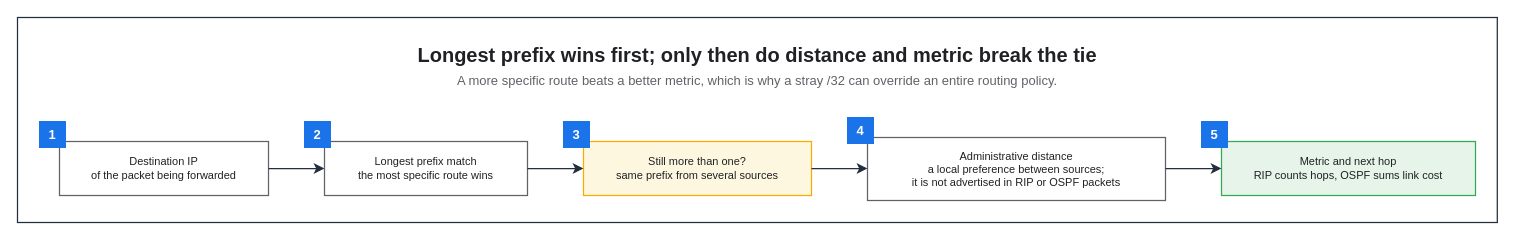
Earlier version of the draw.io diagram assets/img/network/route-selection-order.drawio (KKamJi98/kkamji98.github.io). Source tidied: cells renumbered, new cells numbered last; positions are measured from the earlier drawing's top-left corner, leaving out a move shared by most shapes. Both pictures are drawn from the tidied source at 100%, with x=0, y=0 at pixel (17, 17).
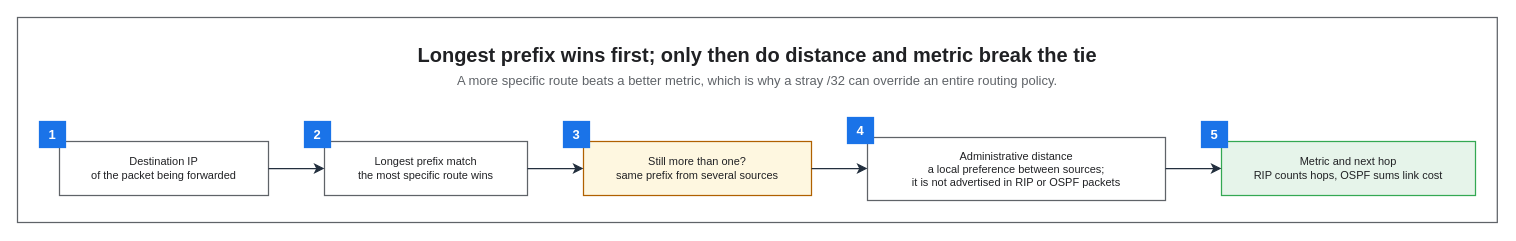
Above is the later version.

The edit, as a diff of the source:
```diff
@@
 <mxGraphModel background="#FFFFFF">
   <root>
     <mxCell id="0" />
     <mxCell id="1" parent="0" />
-    <mxCell id="2" style="rounded=0;html=0;fillColor=none;strokeColor=#232F3E;fontColor=#202124;strokeWidth=1.25;" parent="1" vertex="1">
+    <mxCell id="2" style="rounded=0;html=0;fillColor=none;strokeColor=#5F6368;fontColor=#202124;strokeWidth=1.25;" parent="1" vertex="1">
       <mxGeometry width="1479.8" height="205" as="geometry" />
     </mxCell>
     <mxCell id="3" value="Longest prefix wins first; only then do distance and metric break the tie" style="text;html=0;whiteSpace=wrap;fillColor=none;strokeColor=none;fontColor=#202124;fontSize=20;fontStyle=1;align=center;verticalAlign=middle;" parent="1" vertex="1">
       <mxGeometry x="22" y="22" width="1435.8" height="30" as="geometry" />
     </mxCell>
     <mxCell id="4" value="A more specific route beats a better metric, which is why a stray /32 can override an entire routing policy." style="text;html=0;whiteSpace=wrap;fillColor=none;strokeColor=none;fontColor=#5F6368;fontSize=13;fontStyle=0;align=center;verticalAlign=middle;" parent="1" vertex="1">
       <mxGeometry x="22" y="52" width="1435.8" height="22" as="geometry" />
     </mxCell>
     <mxCell id="5" value="Destination IP&#10;of the packet being forwarded" style="rounded=0;whiteSpace=wrap;html=0;fillColor=#FFFFFF;strokeColor=#5F6368;fontColor=#202124;fontSize=11;fontStyle=0;align=center;verticalAlign=middle;spacingLeft=6;spacingRight=6;strokeWidth=1.25;" parent="1" vertex="1">
       <mxGeometry x="42" y="124" width="209" height="54" as="geometry" />
     </mxCell>
     <mxCell id="6" value="Longest prefix match&#10;the most specific route wins" style="rounded=0;whiteSpace=wrap;html=0;fillColor=#FFFFFF;strokeColor=#5F6368;fontColor=#202124;fontSize=11;fontStyle=0;align=center;verticalAlign=middle;spacingLeft=6;spacingRight=6;strokeWidth=1.25;" parent="1" vertex="1">
       <mxGeometry x="307" y="124" width="203" height="54" as="geometry" />
     </mxCell>
-    <mxCell id="7" value="Still more than one?&#10;same prefix from several sources" style="rounded=0;whiteSpace=wrap;html=0;fillColor=#FEF7E0;strokeColor=#F9AB00;fontColor=#202124;fontSize=11;fontStyle=0;align=center;verticalAlign=middle;spacingLeft=6;spacingRight=6;strokeWidth=1.25;" parent="1" vertex="1">
+    <mxCell id="7" value="Still more than one?&#10;same prefix from several sources" style="rounded=0;whiteSpace=wrap;html=0;fillColor=#FEF7E0;strokeColor=#B06000;fontColor=#202124;fontSize=11;fontStyle=0;align=center;verticalAlign=middle;spacingLeft=6;spacingRight=6;strokeWidth=1.25;" parent="1" vertex="1">
       <mxGeometry x="566" y="124" width="228" height="54" as="geometry" />
     </mxCell>
     <mxCell id="8" value="Administrative distance&#10;a local preference between sources;&#10;it is not advertised in RIP or OSPF packets" style="rounded=0;whiteSpace=wrap;html=0;fillColor=#FFFFFF;strokeColor=#5F6368;fontColor=#202124;fontSize=11;fontStyle=0;align=center;verticalAlign=middle;spacingLeft=6;spacingRight=6;strokeWidth=1.25;" parent="1" vertex="1">
       <mxGeometry x="850" y="120" width="298" height="63" as="geometry" />
     </mxCell>
     <mxCell id="9" value="Metric and next hop&#10;RIP counts hops, OSPF sums link cost" style="rounded=0;whiteSpace=wrap;html=0;fillColor=#E6F4EA;strokeColor=#34A853;fontColor=#202124;fontSize=11;fontStyle=0;align=center;verticalAlign=middle;spacingLeft=6;spacingRight=6;strokeWidth=1.25;" parent="1" vertex="1">
       <mxGeometry x="1204" y="124" width="254" height="54" as="geometry" />
     </mxCell>
-    <mxCell id="10" value="1" style="rounded=0;whiteSpace=wrap;html=0;fillColor=#1A73E8;strokeColor=#1A73E8;fontColor=#FFFFFF;fontSize=13;fontStyle=1;align=center;verticalAlign=middle;" parent="1" vertex="1">
+    <mxCell id="10" value="1" style="rounded=0;whiteSpace=wrap;html=0;fillColor=#1A73E8;strokeColor=#1A73E8;fontColor=#FFFFFF;fontSize=13;fontStyle=1;align=center;verticalAlign=middle;strokeWidth=1.25;" parent="1" vertex="1">
       <mxGeometry x="22" y="104" width="26" height="26" as="geometry" />
     </mxCell>
-    <mxCell id="11" value="2" style="rounded=0;whiteSpace=wrap;html=0;fillColor=#1A73E8;strokeColor=#1A73E8;fontColor=#FFFFFF;fontSize=13;fontStyle=1;align=center;verticalAlign=middle;" parent="1" vertex="1">
+    <mxCell id="11" value="2" style="rounded=0;whiteSpace=wrap;html=0;fillColor=#1A73E8;strokeColor=#1A73E8;fontColor=#FFFFFF;fontSize=13;fontStyle=1;align=center;verticalAlign=middle;strokeWidth=1.25;" parent="1" vertex="1">
       <mxGeometry x="287" y="104" width="26" height="26" as="geometry" />
     </mxCell>
-    <mxCell id="12" value="3" style="rounded=0;whiteSpace=wrap;html=0;fillColor=#1A73E8;strokeColor=#1A73E8;fontColor=#FFFFFF;fontSize=13;fontStyle=1;align=center;verticalAlign=middle;" parent="1" vertex="1">
+    <mxCell id="12" value="3" style="rounded=0;whiteSpace=wrap;html=0;fillColor=#1A73E8;strokeColor=#1A73E8;fontColor=#FFFFFF;fontSize=13;fontStyle=1;align=center;verticalAlign=middle;strokeWidth=1.25;" parent="1" vertex="1">
       <mxGeometry x="546" y="104" width="26" height="26" as="geometry" />
     </mxCell>
-    <mxCell id="13" value="4" style="rounded=0;whiteSpace=wrap;html=0;fillColor=#1A73E8;strokeColor=#1A73E8;fontColor=#FFFFFF;fontSize=13;fontStyle=1;align=center;verticalAlign=middle;" parent="1" vertex="1">
+    <mxCell id="13" value="4" style="rounded=0;whiteSpace=wrap;html=0;fillColor=#1A73E8;strokeColor=#1A73E8;fontColor=#FFFFFF;fontSize=13;fontStyle=1;align=center;verticalAlign=middle;strokeWidth=1.25;" parent="1" vertex="1">
       <mxGeometry x="830" y="100" width="26" height="26" as="geometry" />
     </mxCell>
-    <mxCell id="14" value="5" style="rounded=0;whiteSpace=wrap;html=0;fillColor=#1A73E8;strokeColor=#1A73E8;fontColor=#FFFFFF;fontSize=13;fontStyle=1;align=center;verticalAlign=middle;" parent="1" vertex="1">
+    <mxCell id="14" value="5" style="rounded=0;whiteSpace=wrap;html=0;fillColor=#1A73E8;strokeColor=#1A73E8;fontColor=#FFFFFF;fontSize=13;fontStyle=1;align=center;verticalAlign=middle;strokeWidth=1.25;" parent="1" vertex="1">
       <mxGeometry x="1184" y="104" width="26" height="26" as="geometry" />
     </mxCell>
     <mxCell id="15" style="edgeStyle=orthogonalEdgeStyle;rounded=0;html=0;strokeColor=#232F3E;strokeWidth=1.25;endArrow=classic;endFill=1;endSize=7;fontSize=11;fontColor=#202124;labelBackgroundColor=none;jettySize=14;exitX=1;exitY=0.5;entryX=0;entryY=0.5;exitDx=0;exitDy=0;entryDx=0;entryDy=0;" parent="1" edge="1" source="5" target="6">
       <mxGeometry relative="1" as="geometry" />
     </mxCell>
     <mxCell id="16" style="edgeStyle=orthogonalEdgeStyle;rounded=0;html=0;strokeColor=#232F3E;strokeWidth=1.25;endArrow=classic;endFill=1;endSize=7;fontSize=11;fontColor=#202124;labelBackgroundColor=none;jettySize=14;exitX=1;exitY=0.5;entryX=0;entryY=0.5;exitDx=0;exitDy=0;entryDx=0;entryDy=0;" parent="1" edge="1" source="6" target="7">
       <mxGeometry relative="1" as="geometry" />
     </mxCell>
     <mxCell id="17" style="edgeStyle=orthogonalEdgeStyle;rounded=0;html=0;strokeColor=#232F3E;strokeWidth=1.25;endArrow=classic;endFill=1;endSize=7;fontSize=11;fontColor=#202124;labelBackgroundColor=none;jettySize=14;exitX=1;exitY=0.5;entryX=0;entryY=0.4921;exitDx=0;exitDy=0;entryDx=0;entryDy=0;" parent="1" edge="1" source="7" target="8">
       <mxGeometry relative="1" as="geometry" />
     </mxCell>
     <mxCell id="18" style="edgeStyle=orthogonalEdgeStyle;rounded=0;html=0;strokeColor=#232F3E;strokeWidth=1.25;endArrow=classic;endFill=1;endSize=7;fontSize=11;fontColor=#202124;labelBackgroundColor=none;jettySize=14;exitX=1;exitY=0.4921;entryX=0;entryY=0.5;exitDx=0;exitDy=0;entryDx=0;entryDy=0;" parent="1" edge="1" source="8" target="9">
       <mxGeometry relative="1" as="geometry" />
     </mxCell>
   </root>
 </mxGraphModel>
```
